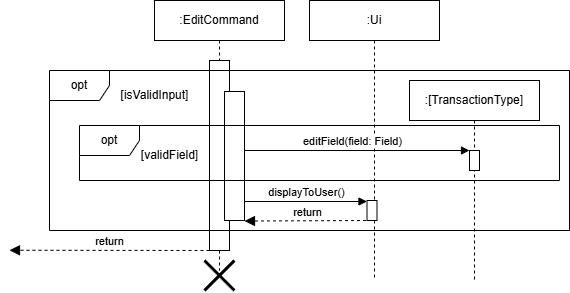
Before: docs/diagrams/EditSequenceDiagram2.drawio.png, a diagram exported from draw.io (telferang/tp). Source tidied: cells renumbered, new cells last; positions are measured from the earlier drawing's top-left corner, leaving out a move shared by most shapes. The source it was exported from:
```xml
<mxGraphModel>
  <root>
    <mxCell id="0" />
    <mxCell id="1" parent="0" />
    <mxCell id="2" value=":EditCommand" style="shape=umlLifeline;perimeter=lifelinePerimeter;whiteSpace=wrap;html=1;newEdgeStyle={&quot;edgeStyle&quot;:&quot;elbowEdgeStyle&quot;,&quot;elbow&quot;:&quot;vertical&quot;,&quot;curved&quot;:0,&quot;rounded&quot;:0};" parent="1" vertex="1">
      <mxGeometry x="145" width="130" height="270" as="geometry" />
    </mxCell>
    <mxCell id="3" style="html=1;points=[[0,0,0,0,5],[0,1,0,0,-5],[1,0,0,0,5],[1,1,0,0,-5]];perimeter=orthogonalPerimeter;outlineConnect=0;targetShapes=umlLifeline;portConstraint=eastwest;newEdgeStyle={&quot;curved&quot;:0,&quot;rounded&quot;:0};" parent="2" vertex="1">
      <mxGeometry x="55" y="60" width="20" height="190" as="geometry" />
    </mxCell>
    <mxCell id="4" style="html=1;points=[[0,0,0,0,5],[0,1,0,0,-5],[1,0,0,0,5],[1,1,0,0,-5]];perimeter=orthogonalPerimeter;outlineConnect=0;targetShapes=umlLifeline;portConstraint=eastwest;newEdgeStyle={&quot;curved&quot;:0,&quot;rounded&quot;:0};" parent="2" vertex="1">
      <mxGeometry x="70" y="91" width="20" height="129" as="geometry" />
    </mxCell>
    <mxCell id="5" value=":Ui" style="shape=umlLifeline;perimeter=lifelinePerimeter;whiteSpace=wrap;html=1;newEdgeStyle={&quot;edgeStyle&quot;:&quot;elbowEdgeStyle&quot;,&quot;elbow&quot;:&quot;vertical&quot;,&quot;curved&quot;:0,&quot;rounded&quot;:0};" parent="1" vertex="1">
      <mxGeometry x="300" width="130" height="280" as="geometry" />
    </mxCell>
    <mxCell id="6" style="html=1;points=[];perimeter=orthogonalPerimeter;outlineConnect=0;targetShapes=umlLifeline;portConstraint=eastwest;newEdgeStyle={&quot;edgeStyle&quot;:&quot;elbowEdgeStyle&quot;,&quot;elbow&quot;:&quot;vertical&quot;,&quot;curved&quot;:0,&quot;rounded&quot;:0};" parent="5" vertex="1">
      <mxGeometry x="57.5" y="200" width="10" height="20" as="geometry" />
    </mxCell>
    <mxCell id="7" value="editField(field: Field)" style="html=1;verticalAlign=bottom;endArrow=block;edgeStyle=elbowEdgeStyle;elbow=vertical;curved=0;rounded=0;" parent="1" edge="1">
      <mxGeometry relative="1" as="geometry">
        <mxPoint x="235" y="159" as="sourcePoint" />
        <mxPoint x="460" y="150" as="targetPoint" />
        <Array as="points">
          <mxPoint x="460" y="150" />
        </Array>
      </mxGeometry>
    </mxCell>
    <mxCell id="8" value=":[TransactionType]" style="shape=umlLifeline;perimeter=lifelinePerimeter;whiteSpace=wrap;html=1;newEdgeStyle={&quot;edgeStyle&quot;:&quot;elbowEdgeStyle&quot;,&quot;elbow&quot;:&quot;vertical&quot;,&quot;curved&quot;:0,&quot;rounded&quot;:0};" parent="1" vertex="1">
      <mxGeometry x="400" y="80" width="130" height="200" as="geometry" />
    </mxCell>
    <mxCell id="9" style="html=1;perimeter=orthogonalPerimeter;targetShapes=umlLifeline;newEdgeStyle={&quot;edgeStyle&quot;:&quot;elbowEdgeStyle&quot;,&quot;elbow&quot;:&quot;vertical&quot;,&quot;curved&quot;:0,&quot;rounded&quot;:0};" parent="8" vertex="1">
      <mxGeometry x="60" y="70" width="10" height="20" as="geometry" />
    </mxCell>
    <mxCell id="10" value="opt" style="shape=umlFrame;whiteSpace=wrap;html=1;" parent="1" vertex="1">
      <mxGeometry x="40" y="70" width="520" height="160" as="geometry" />
    </mxCell>
    <mxCell id="11" value="[isValidInput]" style="text;html=1;align=center;verticalAlign=middle;strokeColor=none;fillColor=none;" parent="1" vertex="1">
      <mxGeometry x="100" y="80" width="90" height="30" as="geometry" />
    </mxCell>
    <mxCell id="12" value="opt" style="shape=umlFrame;whiteSpace=wrap;html=1;" parent="1" vertex="1">
      <mxGeometry x="70" y="125" width="480" height="55" as="geometry" />
    </mxCell>
    <mxCell id="13" value="[validField]" style="text;html=1;align=center;verticalAlign=middle;strokeColor=none;fillColor=none;" parent="1" vertex="1">
      <mxGeometry x="120" y="140" width="80" height="30" as="geometry" />
    </mxCell>
    <mxCell id="14" value="displayToUser()" style="html=1;verticalAlign=bottom;endArrow=block;edgeStyle=elbowEdgeStyle;elbow=vertical;curved=0;rounded=0;" parent="1" edge="1" source="4">
      <mxGeometry relative="1" as="geometry">
        <mxPoint x="357.5" y="201" as="targetPoint" />
        <Array as="points">
          <mxPoint x="307.5" y="201" />
        </Array>
      </mxGeometry>
    </mxCell>
    <mxCell id="15" value="return" style="html=1;verticalAlign=bottom;endArrow=block;dashed=1;endSize=8;edgeStyle=elbowEdgeStyle;elbow=vertical;curved=0;rounded=0;endFill=1;" parent="1" edge="1">
      <mxGeometry relative="1" as="geometry">
        <mxPoint x="200" y="250" as="sourcePoint" />
        <mxPoint y="250" as="targetPoint" />
      </mxGeometry>
    </mxCell>
    <mxCell id="16" value="return" style="html=1;verticalAlign=bottom;endArrow=block;dashed=1;endSize=8;edgeStyle=elbowEdgeStyle;elbow=vertical;curved=0;rounded=0;endFill=1;" parent="1" edge="1" source="6">
      <mxGeometry relative="1" as="geometry">
        <mxPoint x="235" y="221.2" as="targetPoint" />
      </mxGeometry>
    </mxCell>
    <mxCell id="17" style="shape=umlDestroy;whiteSpace=wrap;html=1;strokeWidth=3;targetShapes=umlLifeline;" parent="1" vertex="1">
      <mxGeometry x="195" y="260" width="30" height="30" as="geometry" />
    </mxCell>
  </root>
</mxGraphModel>
```
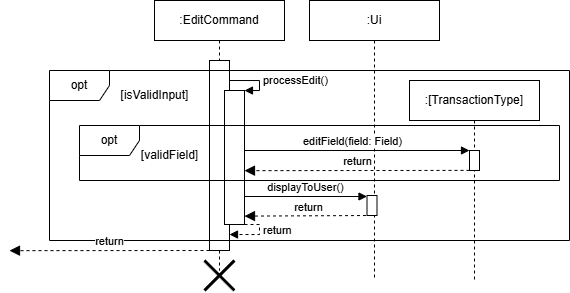
The same file after the commit.

Diff of the diagram source:
```diff
@@ -9,13 +9,32 @@
       <mxGeometry x="55" y="60" width="20" height="190" as="geometry" />
     </mxCell>
     <mxCell id="4" style="html=1;points=[[0,0,0,0,5],[0,1,0,0,-5],[1,0,0,0,5],[1,1,0,0,-5]];perimeter=orthogonalPerimeter;outlineConnect=0;targetShapes=umlLifeline;portConstraint=eastwest;newEdgeStyle={&quot;curved&quot;:0,&quot;rounded&quot;:0};" parent="2" vertex="1">
-      <mxGeometry x="70" y="91" width="20" height="129" as="geometry" />
+      <mxGeometry x="70" y="90" width="20" height="134" as="geometry" />
     </mxCell>
+    <mxCell id="18" value="processEdit()" style="html=1;align=left;spacingLeft=2;endArrow=block;rounded=0;edgeStyle=orthogonalEdgeStyle;curved=0;rounded=0;" parent="2" edge="1">
+      <mxGeometry x="0.09" relative="1" as="geometry">
+        <mxPoint x="75" y="80" as="sourcePoint" />
+        <mxPoint x="90" y="90" as="targetPoint" />
+        <Array as="points">
+          <mxPoint x="105" y="80" />
+          <mxPoint x="105" y="90" />
+          <mxPoint x="90" y="90" />
+        </Array>
+      </mxGeometry>
+    </mxCell>
+    <mxCell id="19" value="return" style="html=1;align=left;spacingLeft=2;endArrow=block;rounded=0;edgeStyle=orthogonalEdgeStyle;curved=0;rounded=0;dashed=1;" parent="2" edge="1" source="4" target="3">
+      <mxGeometry x="-0.24" relative="1" as="geometry">
+        <Array as="points">
+          <mxPoint x="105" y="224" />
+          <mxPoint x="105" y="234" />
+        </Array>
+      </mxGeometry>
+    </mxCell>
     <mxCell id="5" value=":Ui" style="shape=umlLifeline;perimeter=lifelinePerimeter;whiteSpace=wrap;html=1;newEdgeStyle={&quot;edgeStyle&quot;:&quot;elbowEdgeStyle&quot;,&quot;elbow&quot;:&quot;vertical&quot;,&quot;curved&quot;:0,&quot;rounded&quot;:0};" parent="1" vertex="1">
       <mxGeometry x="300" width="130" height="280" as="geometry" />
     </mxCell>
     <mxCell id="6" style="html=1;points=[];perimeter=orthogonalPerimeter;outlineConnect=0;targetShapes=umlLifeline;portConstraint=eastwest;newEdgeStyle={&quot;edgeStyle&quot;:&quot;elbowEdgeStyle&quot;,&quot;elbow&quot;:&quot;vertical&quot;,&quot;curved&quot;:0,&quot;rounded&quot;:0};" parent="5" vertex="1">
-      <mxGeometry x="57.5" y="200" width="10" height="20" as="geometry" />
+      <mxGeometry x="57.5" y="195" width="10" height="20" as="geometry" />
     </mxCell>
     <mxCell id="7" value="editField(field: Field)" style="html=1;verticalAlign=bottom;endArrow=block;edgeStyle=elbowEdgeStyle;elbow=vertical;curved=0;rounded=0;" parent="1" edge="1">
       <mxGeometry relative="1" as="geometry">
@@ -33,7 +52,7 @@
       <mxGeometry x="60" y="70" width="10" height="20" as="geometry" />
     </mxCell>
     <mxCell id="10" value="opt" style="shape=umlFrame;whiteSpace=wrap;html=1;" parent="1" vertex="1">
-      <mxGeometry x="40" y="70" width="520" height="160" as="geometry" />
+      <mxGeometry x="40" y="70" width="520" height="170" as="geometry" />
     </mxCell>
     <mxCell id="11" value="[isValidInput]" style="text;html=1;align=center;verticalAlign=middle;strokeColor=none;fillColor=none;" parent="1" vertex="1">
       <mxGeometry x="100" y="80" width="90" height="30" as="geometry" />
@@ -44,11 +63,12 @@
     <mxCell id="13" value="[validField]" style="text;html=1;align=center;verticalAlign=middle;strokeColor=none;fillColor=none;" parent="1" vertex="1">
       <mxGeometry x="120" y="140" width="80" height="30" as="geometry" />
     </mxCell>
-    <mxCell id="14" value="displayToUser()" style="html=1;verticalAlign=bottom;endArrow=block;edgeStyle=elbowEdgeStyle;elbow=vertical;curved=0;rounded=0;" parent="1" edge="1" source="4">
+    <mxCell id="14" value="displayToUser()" style="html=1;verticalAlign=bottom;endArrow=block;edgeStyle=elbowEdgeStyle;elbow=vertical;curved=0;rounded=0;" parent="1" edge="1">
       <mxGeometry relative="1" as="geometry">
-        <mxPoint x="357.5" y="201" as="targetPoint" />
+        <mxPoint x="235" y="196" as="sourcePoint" />
+        <mxPoint x="357.5" y="196" as="targetPoint" />
         <Array as="points">
-          <mxPoint x="307.5" y="201" />
+          <mxPoint x="307.5" y="196" />
         </Array>
       </mxGeometry>
     </mxCell>
@@ -60,11 +80,17 @@
     </mxCell>
     <mxCell id="16" value="return" style="html=1;verticalAlign=bottom;endArrow=block;dashed=1;endSize=8;edgeStyle=elbowEdgeStyle;elbow=vertical;curved=0;rounded=0;endFill=1;" parent="1" edge="1" source="6">
       <mxGeometry relative="1" as="geometry">
-        <mxPoint x="235" y="221.2" as="targetPoint" />
+        <mxPoint x="235" y="216.2" as="targetPoint" />
       </mxGeometry>
     </mxCell>
     <mxCell id="17" style="shape=umlDestroy;whiteSpace=wrap;html=1;strokeWidth=3;targetShapes=umlLifeline;" parent="1" vertex="1">
       <mxGeometry x="195" y="260" width="30" height="30" as="geometry" />
     </mxCell>
+    <mxCell id="20" value="return" style="html=1;verticalAlign=bottom;endArrow=block;dashed=1;endSize=8;edgeStyle=elbowEdgeStyle;elbow=vertical;curved=0;rounded=0;endFill=1;" parent="1" edge="1">
+      <mxGeometry relative="1" as="geometry">
+        <mxPoint x="460" y="169.9" as="sourcePoint" />
+        <mxPoint x="235" y="169.9" as="targetPoint" />
+      </mxGeometry>
+    </mxCell>
   </root>
 </mxGraphModel>
```
